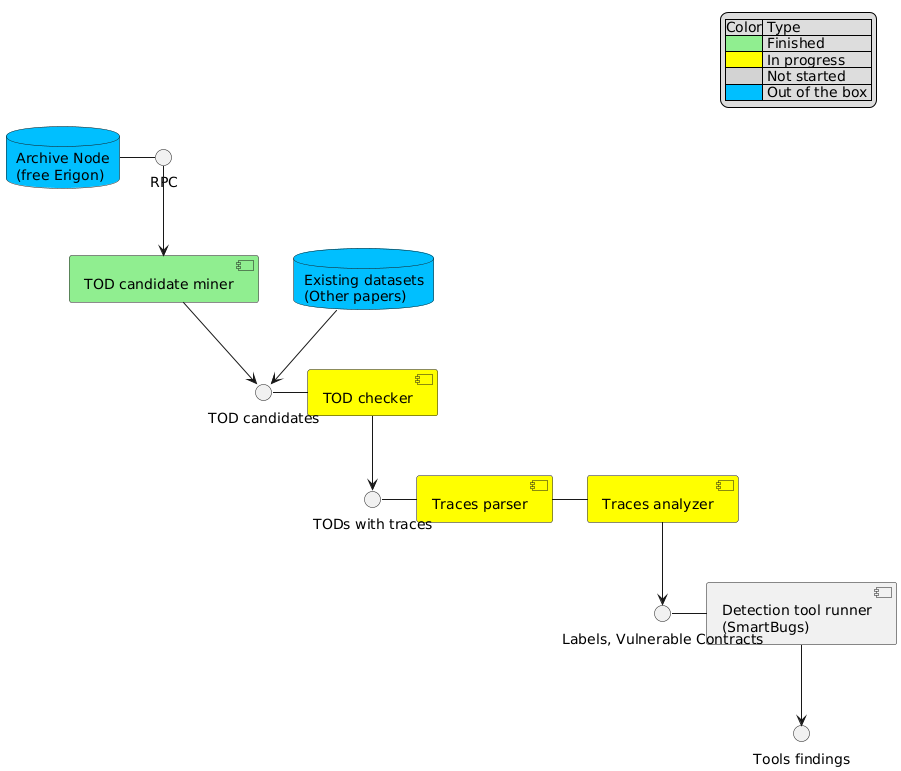
Before: graphics/components.png, a diagram exported from PlantUML (TOD-theses/paper-T-RACE).
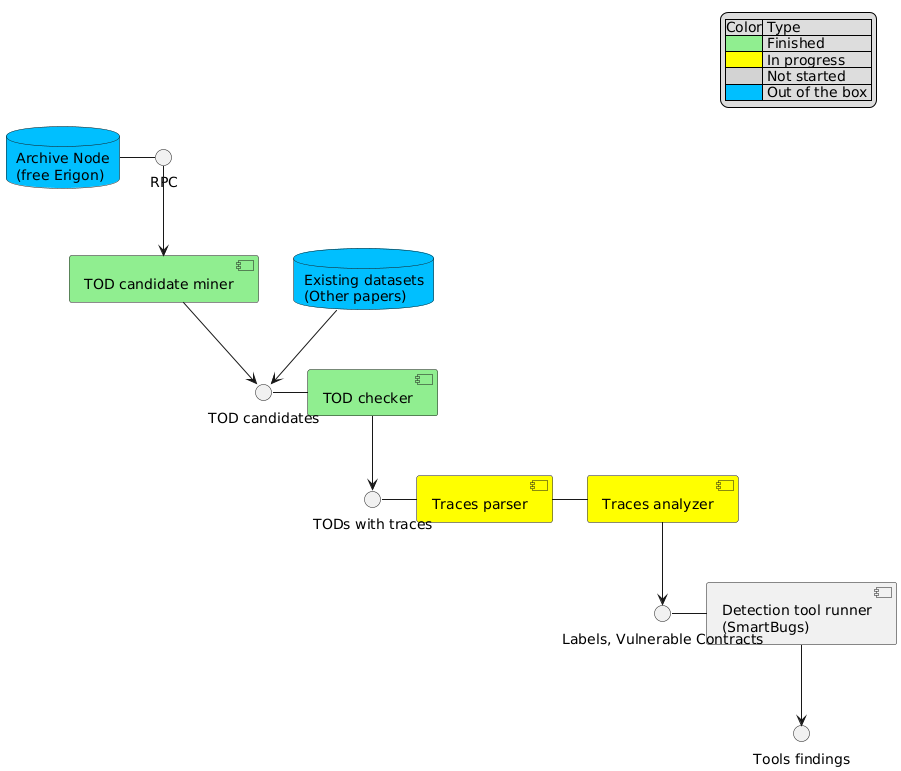
Above is the later version.

Commit message:
update components diagram

The edit, as a diff of the source:
```diff
@@ -9,7 +9,7 @@
 
 database "Archive Node\n(free Erigon)" as archive_node #deepskyblue
 [TOD candidate miner] as history_analyzer #lightgreen
-[TOD checker] as tod_checker #yellow
+[TOD checker] as tod_checker #lightgreen
 [Traces analyzer] as traces_analyzer #yellow
 [Traces parser] as traces_parser #yellow
 database "Existing datasets\n(Other papers)" as existing_datasets #deepskyblue
```
